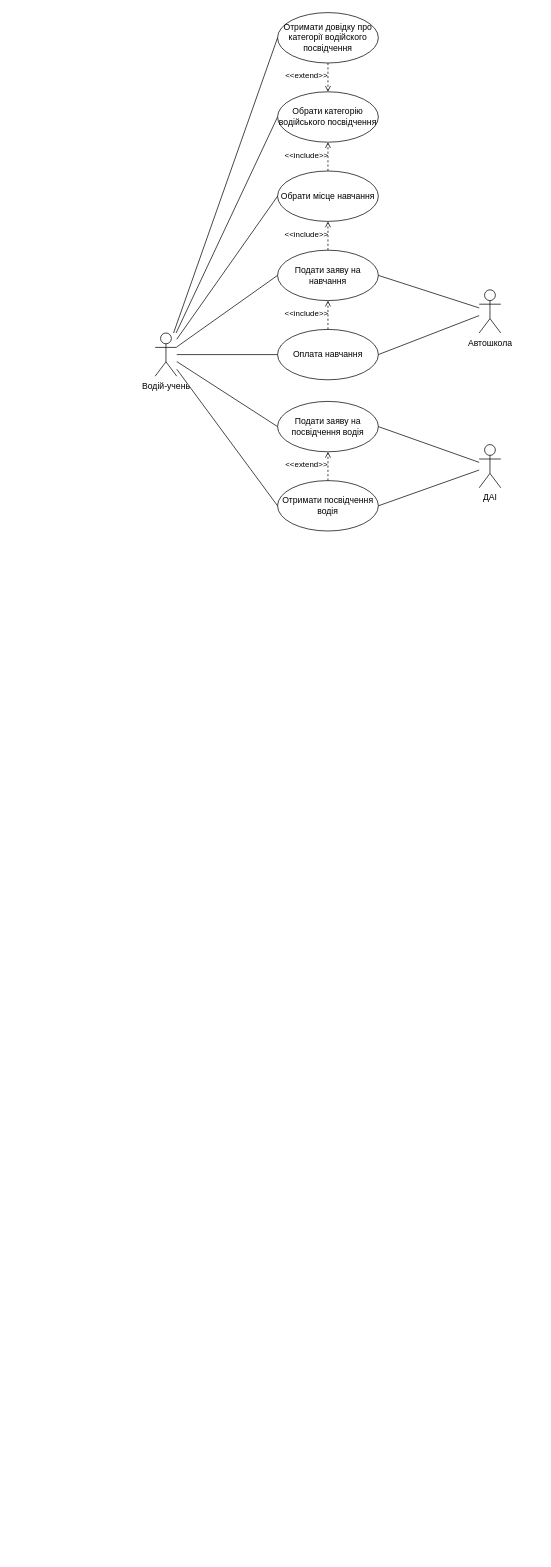
Above: uml/use_case.drawio in anyduck-forks/kpi-lab (draw.io), before the change. Source tidied: cells renumbered, new cells numbered last; positions are measured from the earlier drawing's top-left corner, leaving out a move shared by most shapes. Both pictures are drawn from the tidied source at 72%, with x=0, y=0 at pixel (155, 12).
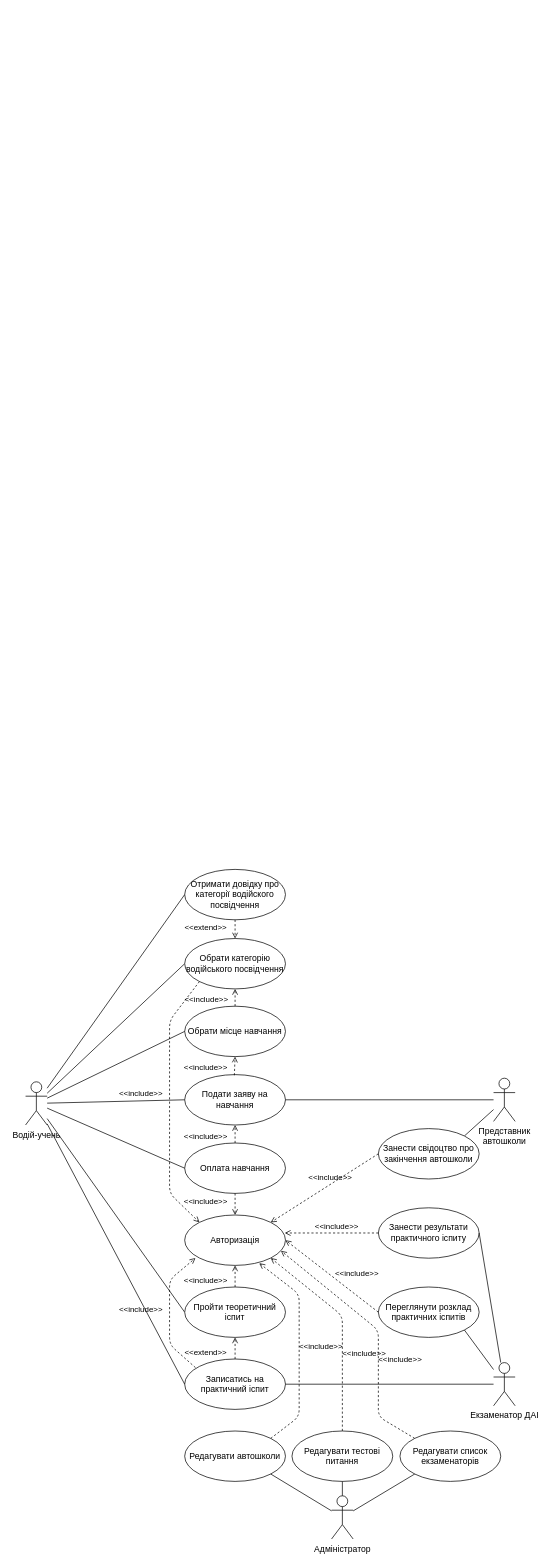
After the change.

Commit message:
Оновив діаграму use case

The edit, as a diff of the source:
```diff
@@
     <mxCell id="2" value="&lt;div&gt;Водій-учень&lt;/div&gt;" style="shape=umlActor;verticalLabelPosition=bottom;verticalAlign=top;html=1;" parent="1" vertex="1">
-      <mxGeometry y="445" width="30" height="60" as="geometry" />
+      <mxGeometry x="-180" y="1485" width="30" height="60" as="geometry" />
     </mxCell>
-    <mxCell id="3" value="ДАІ" style="shape=umlActor;verticalLabelPosition=bottom;verticalAlign=top;html=1;" parent="1" vertex="1">
-      <mxGeometry x="450" y="600" width="30" height="60" as="geometry" />
-    </mxCell>
+    <mxCell id="28" value="Екзаменатор ДАІ" style="shape=umlActor;verticalLabelPosition=bottom;verticalAlign=top;html=1;" parent="1" vertex="1">
+      <mxGeometry x="470" y="1875" width="30" height="60" as="geometry" />
+    </mxCell>
     <mxCell id="4" value="Обрати місце навчання" style="ellipse;whiteSpace=wrap;html=1;" parent="1" vertex="1">
-      <mxGeometry x="170" y="220" width="140" height="70" as="geometry" />
+      <mxGeometry x="41" y="1380" width="140" height="70" as="geometry" />
     </mxCell>
@@
     <mxCell id="6" value="Обрати категорію водійського посвідчення" style="ellipse;whiteSpace=wrap;html=1;" parent="1" vertex="1">
-      <mxGeometry x="170" y="110" width="140" height="70" as="geometry" />
+      <mxGeometry x="41" y="1286" width="140" height="70" as="geometry" />
     </mxCell>
     <mxCell id="7" value="&amp;lt;&amp;lt;include&amp;gt;&amp;gt;" style="html=1;verticalAlign=bottom;labelBackgroundColor=none;endArrow=open;endFill=0;dashed=1;exitX=0.5;exitY=0;exitDx=0;exitDy=0;entryX=0.5;entryY=1;entryDx=0;entryDy=0;" parent="1" edge="1" source="4" target="6">
-      <mxGeometry x="-0.33" y="30" relative="1" as="geometry" />
+      <mxGeometry x="-1" y="40" relative="1" as="geometry" />
     </mxCell>
@@
     <mxCell id="9" value="Оплата навчання" style="ellipse;whiteSpace=wrap;html=1;" parent="1" vertex="1">
-      <mxGeometry x="170" y="440" width="140" height="70" as="geometry" />
+      <mxGeometry x="41" y="1570" width="140" height="70" as="geometry" />
     </mxCell>
-    <mxCell id="10" value="Автошкола" style="shape=umlActor;verticalLabelPosition=bottom;verticalAlign=top;html=1;" parent="1" vertex="1">
-      <mxGeometry x="450" y="385" width="30" height="60" as="geometry" />
-    </mxCell>
-    <mxCell id="11" style="rounded=0;jettySize=auto;html=1;endArrow=none;endFill=0;entryX=1;entryY=0.5;entryDx=0;entryDy=0;" parent="1" edge="1" source="10" target="9">
-      <mxGeometry relative="1" as="geometry" />
-    </mxCell>
-    <mxCell id="12" style="rounded=0;jettySize=auto;html=1;endArrow=none;endFill=0;entryX=0;entryY=0.5;entryDx=0;entryDy=0;" parent="1" edge="1" source="2" target="9">
-      <mxGeometry relative="1" as="geometry" />
-    </mxCell>
+    <mxCell id="29" value="Представник&lt;br&gt;автошколи" style="shape=umlActor;verticalLabelPosition=bottom;verticalAlign=top;html=1;" parent="1" vertex="1">
+      <mxGeometry x="470" y="1480" width="30" height="60" as="geometry" />
+    </mxCell>
-    <mxCell id="13" value="&amp;lt;&amp;lt;include&amp;gt;&amp;gt;" style="html=1;verticalAlign=bottom;labelBackgroundColor=none;endArrow=open;endFill=0;dashed=1;exitX=0.5;exitY=0;exitDx=0;exitDy=0;entryX=0.5;entryY=1;entryDx=0;entryDy=0;" parent="1" edge="1" source="9" target="14">
-      <mxGeometry x="-0.33" y="30" relative="1" as="geometry" />
+    <mxCell id="13" value="&amp;lt;&amp;lt;include&amp;gt;&amp;gt;" style="html=1;verticalAlign=bottom;labelBackgroundColor=none;endArrow=open;endFill=0;dashed=1;entryX=0.5;entryY=1;entryDx=0;entryDy=0;exitX=0.5;exitY=0;exitDx=0;exitDy=0;" parent="1" edge="1" source="9" target="14">
+      <mxGeometry x="-1" y="41" relative="1" as="geometry" />
     </mxCell>
     <mxCell id="14" value="Подати заяву на навчання" style="ellipse;whiteSpace=wrap;html=1;" parent="1" vertex="1">
-      <mxGeometry x="170" y="330" width="140" height="70" as="geometry" />
+      <mxGeometry x="41" y="1475" width="140" height="70" as="geometry" />
     </mxCell>
-    <mxCell id="15" value="&amp;lt;&amp;lt;include&amp;gt;&amp;gt;" style="html=1;verticalAlign=bottom;labelBackgroundColor=none;endArrow=open;endFill=0;dashed=1;exitX=0.5;exitY=0;exitDx=0;exitDy=0;entryX=0.5;entryY=1;entryDx=0;entryDy=0;" parent="1" edge="1" source="14" target="4">
-      <mxGeometry x="-0.33" y="30" relative="1" as="geometry" />
-    </mxCell>
-    <mxCell id="16" style="rounded=0;jettySize=auto;html=1;endArrow=none;endFill=0;exitX=1;exitY=0.5;exitDx=0;exitDy=0;" parent="1" edge="1" source="14" target="10">
-      <mxGeometry relative="1" as="geometry" />
-    </mxCell>
+    <mxCell id="30" value="&amp;lt;&amp;lt;include&amp;gt;&amp;gt;" style="html=1;verticalAlign=bottom;labelBackgroundColor=none;endArrow=open;endFill=0;dashed=1;exitX=0.5;exitY=0;exitDx=0;exitDy=0;entryX=0.5;entryY=1;entryDx=0;entryDy=0;" parent="1" edge="1" target="4">
+      <mxGeometry x="-1" y="40" relative="1" as="geometry">
+        <mxPoint x="110" y="1476" as="sourcePoint" />
+      </mxGeometry>
+    </mxCell>
@@
-    <mxCell id="18" value="Отримати посвідчення водія" style="ellipse;whiteSpace=wrap;html=1;" parent="1" vertex="1">
-      <mxGeometry x="170" y="650" width="140" height="70" as="geometry" />
-    </mxCell>
-    <mxCell id="19" style="rounded=0;jettySize=auto;html=1;endArrow=none;endFill=0;entryX=0;entryY=0.5;entryDx=0;entryDy=0;" parent="1" edge="1" source="2" target="18">
-      <mxGeometry relative="1" as="geometry" />
-    </mxCell>
-    <mxCell id="20" style="rounded=0;jettySize=auto;html=1;endArrow=none;endFill=0;entryX=1;entryY=0.5;entryDx=0;entryDy=0;" parent="1" edge="1" source="3" target="18">
-      <mxGeometry relative="1" as="geometry" />
-    </mxCell>
-    <mxCell id="21" value="Подати заяву на посвідчення водія" style="ellipse;whiteSpace=wrap;html=1;" parent="1" vertex="1">
-      <mxGeometry x="170" y="540" width="140" height="70" as="geometry" />
-    </mxCell>
-    <mxCell id="22" style="rounded=0;jettySize=auto;html=1;endArrow=none;endFill=0;exitX=1;exitY=0.5;exitDx=0;exitDy=0;" parent="1" edge="1" source="21" target="3">
-      <mxGeometry relative="1" as="geometry" />
-    </mxCell>
-    <mxCell id="23" style="rounded=0;jettySize=auto;html=1;endArrow=none;endFill=0;entryX=0;entryY=0.5;entryDx=0;entryDy=0;" parent="1" edge="1" source="2" target="21">
-      <mxGeometry relative="1" as="geometry" />
-    </mxCell>
+    <mxCell id="31" value="Записатись на практичний іспит" style="ellipse;whiteSpace=wrap;html=1;" parent="1" vertex="1">
+      <mxGeometry x="41" y="1870" width="140" height="70" as="geometry" />
+    </mxCell>
+    <mxCell id="32" style="rounded=0;jettySize=auto;html=1;endArrow=none;endFill=0;entryX=1;entryY=0.5;entryDx=0;entryDy=0;" parent="1" edge="1" source="28" target="31">
+      <mxGeometry relative="1" as="geometry" />
+    </mxCell>
+    <mxCell id="33" style="rounded=0;jettySize=auto;html=1;endArrow=none;endFill=0;entryX=0;entryY=0.5;entryDx=0;entryDy=0;" parent="1" edge="1" source="2" target="38">
+      <mxGeometry relative="1" as="geometry" />
+    </mxCell>
-    <mxCell id="24" value="&amp;lt;&amp;lt;extend&amp;gt;&amp;gt;" style="html=1;verticalAlign=bottom;labelBackgroundColor=none;endArrow=open;endFill=0;dashed=1;exitX=0.5;exitY=0;exitDx=0;exitDy=0;entryX=0.5;entryY=1;entryDx=0;entryDy=0;" parent="1" edge="1" source="18" target="21">
-      <mxGeometry x="-0.33" y="30" relative="1" as="geometry" />
+    <mxCell id="24" value="&amp;lt;&amp;lt;extend&amp;gt;&amp;gt;" style="html=1;verticalAlign=bottom;labelBackgroundColor=none;endArrow=open;endFill=0;dashed=1;exitX=0.5;exitY=0;exitDx=0;exitDy=0;entryX=0.5;entryY=1;entryDx=0;entryDy=0;" parent="1" edge="1" source="31" target="38">
+      <mxGeometry x="-1" y="41" relative="1" as="geometry" />
     </mxCell>
     <mxCell id="25" value="Отримати довідку про категорії водійского посвідчення" style="ellipse;whiteSpace=wrap;html=1;" parent="1" vertex="1">
-      <mxGeometry x="170" width="140" height="70" as="geometry" />
+      <mxGeometry x="41" y="1190" width="140" height="70" as="geometry" />
     </mxCell>
     <mxCell id="26" value="&amp;lt;&amp;lt;extend&amp;gt;&amp;gt;" style="html=1;verticalAlign=bottom;labelBackgroundColor=none;endArrow=open;endFill=0;dashed=1;entryX=0.5;entryY=0;entryDx=0;entryDy=0;exitX=0.5;exitY=1;exitDx=0;exitDy=0;" parent="1" edge="1" source="25" target="6">
-      <mxGeometry x="0.33" y="-30" relative="1" as="geometry" />
+      <mxGeometry x="0.54" y="-41" relative="1" as="geometry" />
     </mxCell>
@@
+    <mxCell id="34" value="Адміністратор" style="shape=umlActor;verticalLabelPosition=bottom;verticalAlign=top;html=1;outlineConnect=0;" parent="1" vertex="1">
+      <mxGeometry x="245" y="2060" width="30" height="60" as="geometry" />
+    </mxCell>
+    <mxCell id="35" value="Авторизація" style="ellipse;whiteSpace=wrap;html=1;" parent="1" vertex="1">
+      <mxGeometry x="41" y="1670" width="140" height="70" as="geometry" />
+    </mxCell>
+    <mxCell id="36" value="&amp;lt;&amp;lt;include&amp;gt;&amp;gt;" style="html=1;verticalAlign=bottom;labelBackgroundColor=none;endArrow=open;endFill=0;dashed=1;exitX=0.107;exitY=0.171;exitDx=0;exitDy=0;entryX=0.107;entryY=0.854;entryDx=0;entryDy=0;exitPerimeter=0;entryPerimeter=0;" parent="1" edge="1" source="31" target="35">
+      <mxGeometry x="-0.05" y="40" relative="1" as="geometry">
+        <Array as="points">
+          <mxPoint x="20" y="1850" />
+          <mxPoint x="20" y="1760" />
+        </Array>
+      </mxGeometry>
+    </mxCell>
+    <mxCell id="37" value="&amp;lt;&amp;lt;include&amp;gt;&amp;gt;" style="html=1;verticalAlign=bottom;labelBackgroundColor=none;endArrow=open;endFill=0;dashed=1;exitX=0.5;exitY=0;exitDx=0;exitDy=0;entryX=0.5;entryY=1;entryDx=0;entryDy=0;" parent="1" edge="1" source="38" target="35">
+      <mxGeometry x="-1" y="41" relative="1" as="geometry" />
+    </mxCell>
+    <mxCell id="38" value="Пройти теоретичний іспит" style="ellipse;whiteSpace=wrap;html=1;" parent="1" vertex="1">
+      <mxGeometry x="41" y="1770" width="140" height="70" as="geometry" />
+    </mxCell>
+    <mxCell id="39" style="rounded=0;jettySize=auto;html=1;endArrow=none;endFill=0;entryX=1;entryY=0;entryDx=0;entryDy=0;" parent="1" edge="1" source="29" target="40">
+      <mxGeometry relative="1" as="geometry" />
+    </mxCell>
+    <mxCell id="40" value="Занести свідоцтво про закінчення автошколи" style="ellipse;whiteSpace=wrap;html=1;" parent="1" vertex="1">
+      <mxGeometry x="310" y="1550" width="140" height="70" as="geometry" />
+    </mxCell>
+    <mxCell id="41" value="&amp;lt;&amp;lt;include&amp;gt;&amp;gt;" style="html=1;verticalAlign=bottom;labelBackgroundColor=none;endArrow=open;endFill=0;dashed=1;entryX=1;entryY=0;entryDx=0;entryDy=0;exitX=0;exitY=0.5;exitDx=0;exitDy=0;" parent="1" edge="1" source="40" target="35">
+      <mxGeometry x="-0.11" relative="1" as="geometry" />
+    </mxCell>
+    <mxCell id="42" value="Редагувати автошколи" style="ellipse;whiteSpace=wrap;html=1;" parent="1" vertex="1">
+      <mxGeometry x="41" y="1970" width="140" height="70" as="geometry" />
+    </mxCell>
+    <mxCell id="43" style="rounded=0;jettySize=auto;html=1;endArrow=none;endFill=0;exitX=1;exitY=1;exitDx=0;exitDy=0;" parent="1" edge="1" source="42" target="34">
+      <mxGeometry relative="1" as="geometry" />
+    </mxCell>
+    <mxCell id="44" value="&amp;lt;&amp;lt;include&amp;gt;&amp;gt;" style="html=1;verticalAlign=bottom;labelBackgroundColor=none;endArrow=open;endFill=0;dashed=1;exitX=1;exitY=0;exitDx=0;exitDy=0;entryX=0.74;entryY=0.957;entryDx=0;entryDy=0;entryPerimeter=0;" parent="1" edge="1" source="42" target="35">
+      <mxGeometry x="-0.04" y="-30" relative="1" as="geometry">
+        <Array as="points">
+          <mxPoint x="200" y="1950" />
+          <mxPoint x="200" y="1780" />
+        </Array>
+      </mxGeometry>
+    </mxCell>
+    <mxCell id="45" style="rounded=0;jettySize=auto;html=1;exitX=0;exitY=0.5;exitDx=0;exitDy=0;endArrow=none;endFill=0;" parent="1" edge="1" source="9" target="2">
+      <mxGeometry relative="1" as="geometry" />
+    </mxCell>
+    <mxCell id="46" style="rounded=0;jettySize=auto;html=1;endArrow=none;endFill=0;exitX=0;exitY=0.5;exitDx=0;exitDy=0;" parent="1" edge="1" source="31" target="2">
+      <mxGeometry relative="1" as="geometry" />
+    </mxCell>
+    <mxCell id="47" style="rounded=0;jettySize=auto;html=1;endArrow=none;endFill=0;entryX=1;entryY=0.5;entryDx=0;entryDy=0;" parent="1" edge="1" source="29" target="14">
+      <mxGeometry relative="1" as="geometry" />
+    </mxCell>
+    <mxCell id="48" value="Редагувати тестові питання" style="ellipse;whiteSpace=wrap;html=1;" parent="1" vertex="1">
+      <mxGeometry x="190" y="1970" width="140" height="70" as="geometry" />
+    </mxCell>
+    <mxCell id="49" value="&amp;lt;&amp;lt;include&amp;gt;&amp;gt;" style="html=1;verticalAlign=bottom;labelBackgroundColor=none;endArrow=open;endFill=0;dashed=1;exitX=0;exitY=0;exitDx=0;exitDy=0;entryX=0.955;entryY=0.71;entryDx=0;entryDy=0;entryPerimeter=0;" parent="1" edge="1" source="52" target="35">
+      <mxGeometry x="-0.27" y="-30" relative="1" as="geometry">
+        <Array as="points">
+          <mxPoint x="310" y="1950" />
+          <mxPoint x="310" y="1830" />
+        </Array>
+      </mxGeometry>
+    </mxCell>
+    <mxCell id="50" style="rounded=0;jettySize=auto;html=1;endArrow=none;endFill=0;" parent="1" edge="1" source="48" target="34">
+      <mxGeometry relative="1" as="geometry" />
+    </mxCell>
+    <mxCell id="51" value="&amp;lt;&amp;lt;include&amp;gt;&amp;gt;" style="html=1;verticalAlign=bottom;labelBackgroundColor=none;endArrow=open;endFill=0;dashed=1;exitX=0.5;exitY=1;exitDx=0;exitDy=0;entryX=0.5;entryY=0;entryDx=0;entryDy=0;" parent="1" edge="1" source="9" target="35">
+      <mxGeometry x="0.33" y="-41" relative="1" as="geometry" />
+    </mxCell>
+    <mxCell id="52" value="Редагувати список екзаменаторів" style="ellipse;whiteSpace=wrap;html=1;" parent="1" vertex="1">
+      <mxGeometry x="340" y="1970" width="140" height="70" as="geometry" />
+    </mxCell>
+    <mxCell id="53" value="Занести результати практичного іспиту" style="ellipse;whiteSpace=wrap;html=1;" parent="1" vertex="1">
+      <mxGeometry x="310" y="1660" width="140" height="70" as="geometry" />
+    </mxCell>
+    <mxCell id="54" value="&amp;lt;&amp;lt;include&amp;gt;&amp;gt;" style="html=1;verticalAlign=bottom;labelBackgroundColor=none;endArrow=open;endFill=0;dashed=1;exitX=0;exitY=0.5;exitDx=0;exitDy=0;entryX=0.993;entryY=0.357;entryDx=0;entryDy=0;entryPerimeter=0;" parent="1" edge="1" source="53" target="35">
+      <mxGeometry x="-0.11" relative="1" as="geometry" />
+    </mxCell>
+    <mxCell id="55" style="rounded=0;jettySize=auto;html=1;endArrow=none;endFill=0;entryX=1;entryY=0.5;entryDx=0;entryDy=0;" parent="1" edge="1" source="28" target="53">
+      <mxGeometry relative="1" as="geometry" />
+    </mxCell>
+    <mxCell id="56" style="rounded=0;jettySize=auto;html=1;endArrow=none;endFill=0;entryX=0;entryY=1;entryDx=0;entryDy=0;" parent="1" edge="1" source="34" target="52">
+      <mxGeometry relative="1" as="geometry" />
+    </mxCell>
+    <mxCell id="57" value="&amp;lt;&amp;lt;include&amp;gt;&amp;gt;" style="html=1;verticalAlign=bottom;labelBackgroundColor=none;endArrow=open;endFill=0;dashed=1;exitX=0.5;exitY=0;exitDx=0;exitDy=0;entryX=1;entryY=1;entryDx=0;entryDy=0;" parent="1" edge="1" source="48" target="35">
+      <mxGeometry x="-0.31" y="-30" relative="1" as="geometry">
+        <Array as="points">
+          <mxPoint x="260" y="1810" />
+        </Array>
+      </mxGeometry>
+    </mxCell>
+    <mxCell id="58" value="&amp;lt;&amp;lt;include&amp;gt;&amp;gt;" style="html=1;verticalAlign=bottom;labelBackgroundColor=none;endArrow=open;endFill=0;dashed=1;entryX=0;entryY=0;entryDx=0;entryDy=0;exitX=0;exitY=1;exitDx=0;exitDy=0;" parent="1" edge="1" source="6" target="35">
+      <mxGeometry x="-0.03" y="-40" relative="1" as="geometry">
+        <Array as="points">
+          <mxPoint x="20" y="1400" />
+          <mxPoint x="20" y="1640" />
+        </Array>
+      </mxGeometry>
+    </mxCell>
+    <mxCell id="59" value="Переглянути розклад практичних іспитів" style="ellipse;whiteSpace=wrap;html=1;" parent="1" vertex="1">
+      <mxGeometry x="310" y="1770" width="140" height="70" as="geometry" />
+    </mxCell>
+    <mxCell id="60" value="&amp;lt;&amp;lt;include&amp;gt;&amp;gt;" style="html=1;verticalAlign=bottom;labelBackgroundColor=none;endArrow=open;endFill=0;dashed=1;entryX=1;entryY=0.5;entryDx=0;entryDy=0;exitX=0;exitY=0.5;exitDx=0;exitDy=0;" parent="1" edge="1" source="59" target="35">
+      <mxGeometry x="-0.37" y="-17" relative="1" as="geometry" />
+    </mxCell>
+    <mxCell id="61" style="rounded=0;jettySize=auto;html=1;endArrow=none;endFill=0;entryX=1;entryY=1;entryDx=0;entryDy=0;" parent="1" edge="1" source="28" target="59">
+      <mxGeometry relative="1" as="geometry" />
+    </mxCell>
```
